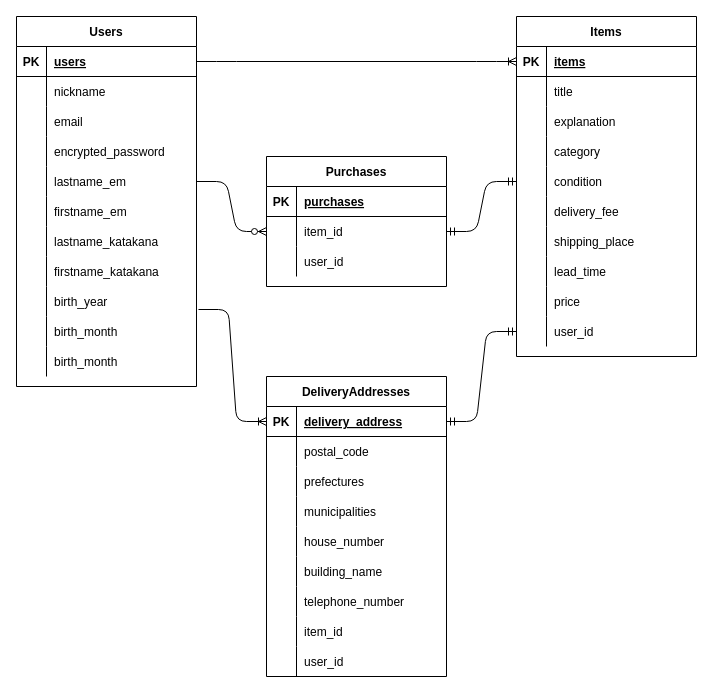
The draw.io diagram furima.dio in hirokichitana/furima-37142, before the edit. Source tidied: cells renumbered, new cells numbered last; positions are measured from the earlier drawing's top-left corner, leaving out a move shared by most shapes. Both pictures are drawn from the tidied source at 100%, with x=0, y=0 at pixel (16, 16).
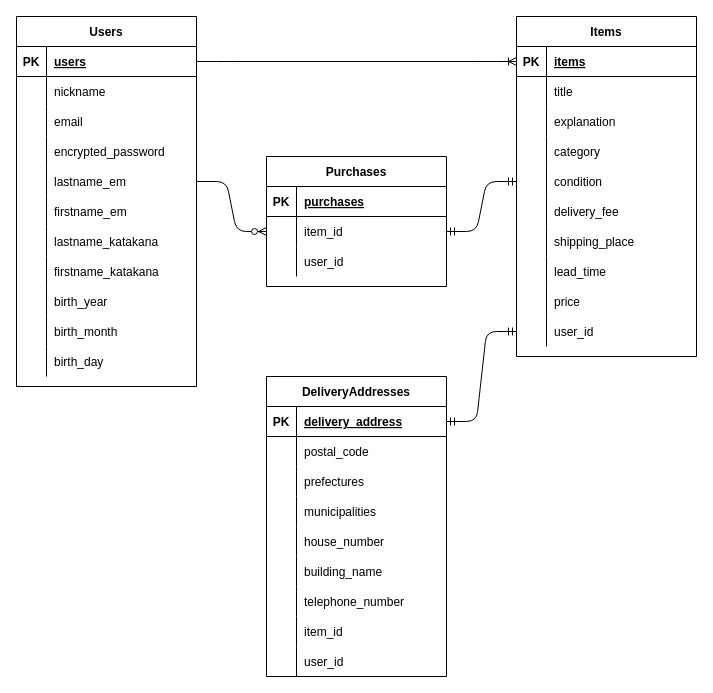
After the change.

Commit message (it also covers changes not shown here):
発送先住所とusersテーブルのアソシエーションの修正

Unchanged cells that the change refers to:
```xml
<mxCell id="58" style="shape=partialRectangle;fillColor=none;top=0;left=0;bottom=0;right=0;points=[[0,0.5],[1,0.5]];portConstraint=eastwest;" parent="33" vertex="1">
  <mxGeometry y="270" width="180" height="30" as="geometry" />
</mxCell>
<mxCell id="64" style="shape=partialRectangle;fillColor=none;top=0;left=0;bottom=0;right=0;" parent="33" vertex="1">
  <mxGeometry y="330" width="180" height="30" as="geometry" />
</mxCell>
<mxCell id="69" style="shape=partialRectangle;fillColor=none;top=0;left=0;bottom=1;right=0;points=[[0,0.5],[1,0.5]];portConstraint=eastwest;rounded=0;" parent="68" vertex="1">
  <mxGeometry y="30" width="180" height="30" as="geometry" />
</mxCell>
```

Diff of the diagram source:
```diff
@@
-    <mxCell id="66" value="birth_month" style="shape=partialRectangle;fillColor=none;top=0;left=0;bottom=0;right=0;align=left;spacingLeft=6;overflow=hidden;" parent="64" vertex="1">
+    <mxCell id="66" value="birth_day" style="shape=partialRectangle;fillColor=none;top=0;left=0;bottom=0;right=0;align=left;spacingLeft=6;overflow=hidden;" parent="64" vertex="1">
       <mxGeometry x="30" width="150" height="30" as="geometry" />
     </mxCell>
@@
-    <mxCell id="97" style="edgeStyle=entityRelationEdgeStyle;fontSize=12;html=1;endArrow=ERoneToMany;exitX=1.011;exitY=0.767;exitDx=0;exitDy=0;exitPerimeter=0;entryX=0;entryY=0.5;entryDx=0;entryDy=0;" parent="1" edge="1" source="58" target="69">
-      <mxGeometry relative="1" as="geometry" />
-    </mxCell>
```
